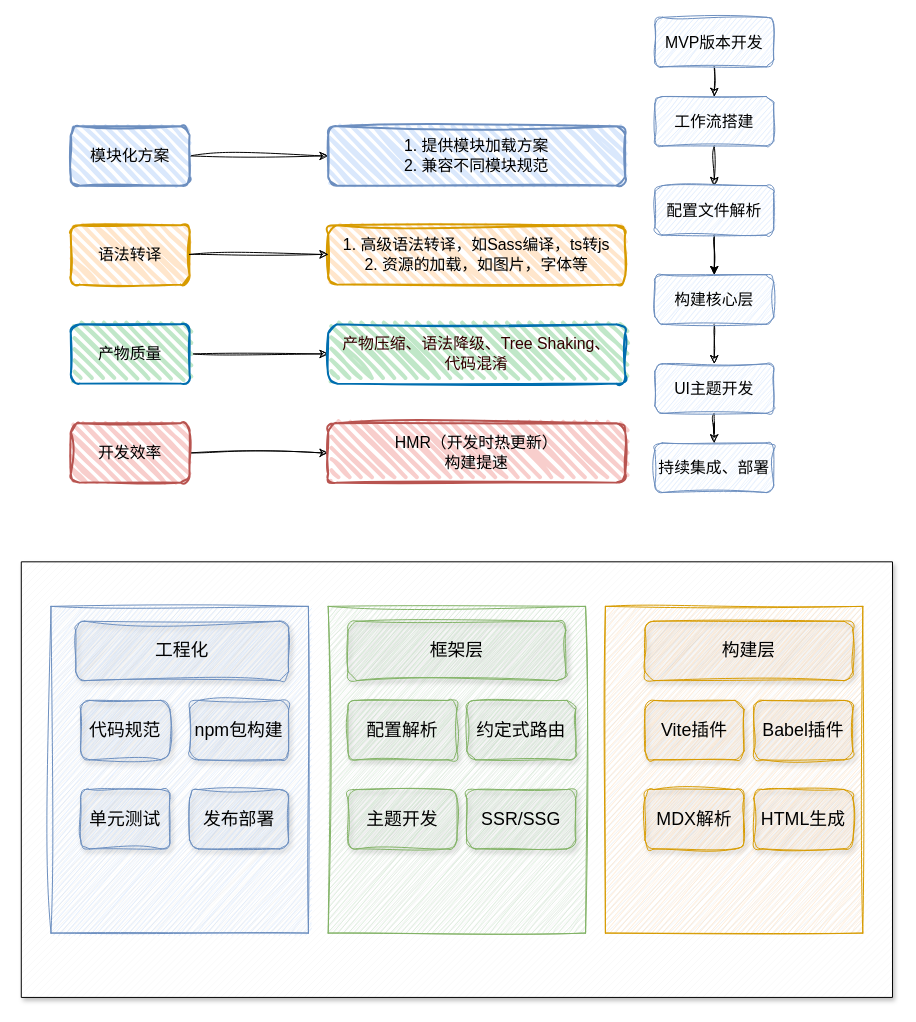
Earlier version of the draw.io diagram 毕业设计.drawio (boyfeiyu/docspack-chart). Source tidied: cells renumbered, new cells numbered last; positions are measured from the earlier drawing's top-left corner, leaving out a move shared by most shapes. Both pictures are drawn from the tidied source at 99%, with x=0, y=0 at pixel (21, 17).
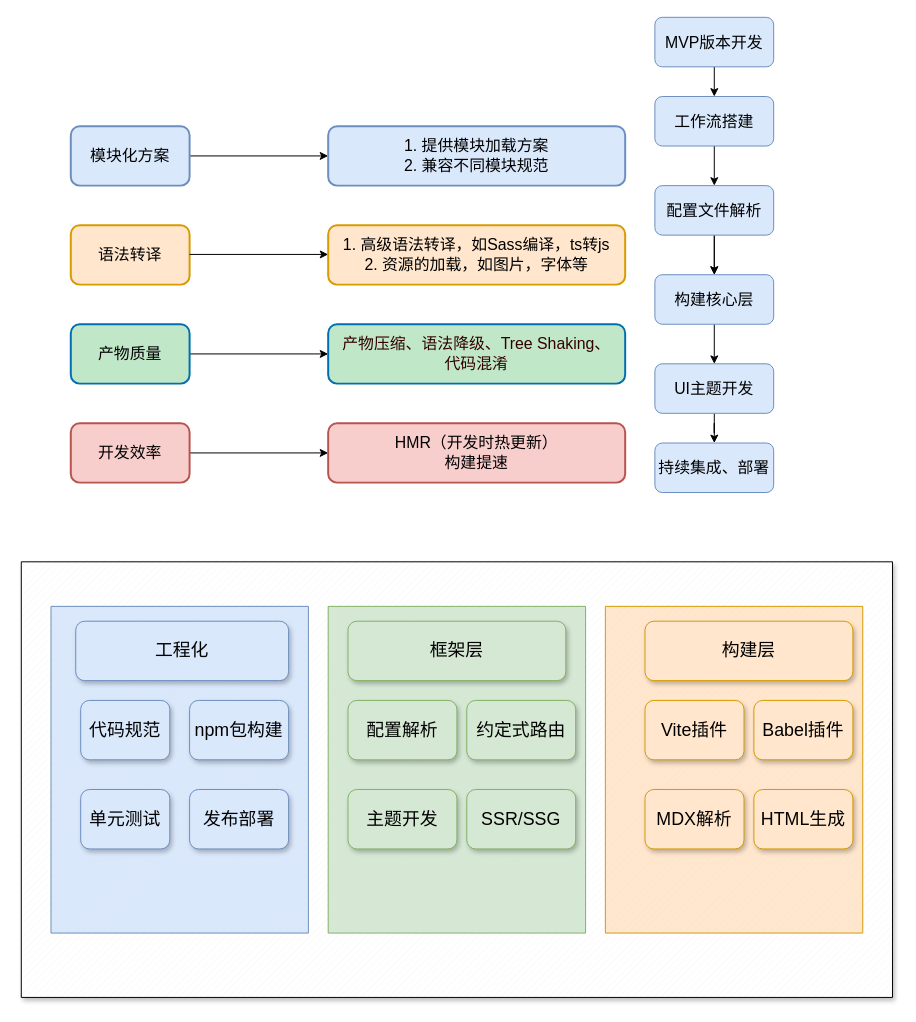
Above is the later version.

Commit message:
更新毕业设计.drawio

Diff of the diagram source:
```diff
@@
-    <mxCell id="2" style="edgeStyle=orthogonalEdgeStyle;rounded=0;jettySize=auto;html=1;exitX=1;exitY=0.5;exitDx=0;exitDy=0;entryX=0;entryY=0.5;entryDx=0;entryDy=0;sketch=1;curveFitting=1;jiggle=2;" parent="1" edge="1" source="3" target="4">
+    <mxCell id="2" style="edgeStyle=orthogonalEdgeStyle;rounded=0;jettySize=auto;html=1;exitX=1;exitY=0.5;exitDx=0;exitDy=0;entryX=0;entryY=0.5;entryDx=0;entryDy=0;" parent="1" edge="1" source="3" target="4">
       <mxGeometry relative="1" as="geometry" />
     </mxCell>
-    <mxCell id="3" value="模块化方案" style="rounded=1;whiteSpace=wrap;html=1;strokeWidth=2;fillWeight=4;hachureGap=8;hachureAngle=45;fillColor=#dae8fc;strokeColor=#6c8ebf;sketch=1;curveFitting=1;jiggle=2;fontStyle=0;fontSize=16;" parent="1" vertex="1">
+    <mxCell id="3" value="模块化方案" style="rounded=1;whiteSpace=wrap;html=1;strokeWidth=2;fillWeight=4;hachureGap=8;hachureAngle=45;fillColor=#dae8fc;strokeColor=#6c8ebf;fontStyle=0;fontSize=16;" parent="1" vertex="1">
       <mxGeometry x="50" y="110" width="120" height="60" as="geometry" />
     </mxCell>
-    <mxCell id="4" value="1. 提供模块加载方案&lt;br style=&quot;font-size: 16px;&quot;&gt;2. 兼容不同模块规范" style="rounded=1;whiteSpace=wrap;html=1;strokeWidth=2;fillWeight=4;hachureGap=8;hachureAngle=45;fillColor=#dae8fc;strokeColor=#6c8ebf;sketch=1;curveFitting=1;jiggle=2;fontSize=16;" parent="1" vertex="1">
+    <mxCell id="4" value="1. 提供模块加载方案&lt;br style=&quot;font-size: 16px;&quot;&gt;2. 兼容不同模块规范" style="rounded=1;whiteSpace=wrap;html=1;strokeWidth=2;fillWeight=4;hachureGap=8;hachureAngle=45;fillColor=#dae8fc;strokeColor=#6c8ebf;fontSize=16;" parent="1" vertex="1">
       <mxGeometry x="310" y="110" width="300" height="60" as="geometry" />
     </mxCell>
-    <mxCell id="5" value="语法转译" style="rounded=1;whiteSpace=wrap;html=1;strokeWidth=2;fillWeight=4;hachureGap=8;hachureAngle=45;fillColor=#ffe6cc;strokeColor=#d79b00;shadow=0;sketch=1;curveFitting=1;jiggle=2;fontSize=16;" parent="1" vertex="1">
+    <mxCell id="5" value="语法转译" style="rounded=1;whiteSpace=wrap;html=1;strokeWidth=2;fillWeight=4;hachureGap=8;hachureAngle=45;fillColor=#ffe6cc;strokeColor=#d79b00;shadow=0;fontSize=16;" parent="1" vertex="1">
       <mxGeometry x="50" y="210" width="120" height="60" as="geometry" />
     </mxCell>
-    <mxCell id="6" value="1. 高级语法转译，如Sass编译，ts转js&lt;br style=&quot;font-size: 16px;&quot;&gt;2. 资源的加载，如图片，字体等" style="rounded=1;whiteSpace=wrap;html=1;strokeWidth=2;fillWeight=4;hachureGap=8;hachureAngle=45;fillColor=#ffe6cc;strokeColor=#d79b00;fontSize=16;shadow=0;glass=0;sketch=1;curveFitting=1;jiggle=2;" parent="1" vertex="1">
+    <mxCell id="6" value="1. 高级语法转译，如Sass编译，ts转js&lt;br style=&quot;font-size: 16px;&quot;&gt;2. 资源的加载，如图片，字体等" style="rounded=1;whiteSpace=wrap;html=1;strokeWidth=2;fillWeight=4;hachureGap=8;hachureAngle=45;fillColor=#ffe6cc;strokeColor=#d79b00;fontSize=16;shadow=0;glass=0;" parent="1" vertex="1">
       <mxGeometry x="310" y="210" width="300" height="60" as="geometry" />
     </mxCell>
-    <mxCell id="7" style="edgeStyle=orthogonalEdgeStyle;rounded=0;jettySize=auto;html=1;exitX=1;exitY=0.5;exitDx=0;exitDy=0;entryX=0;entryY=0.5;entryDx=0;entryDy=0;fillColor=#e1d5e7;strokeColor=#000000;shadow=0;sketch=1;curveFitting=1;jiggle=2;" parent="1" edge="1" source="8" target="9">
+    <mxCell id="7" style="edgeStyle=orthogonalEdgeStyle;rounded=0;jettySize=auto;html=1;exitX=1;exitY=0.5;exitDx=0;exitDy=0;entryX=0;entryY=0.5;entryDx=0;entryDy=0;fillColor=#e1d5e7;strokeColor=#000000;shadow=0;" parent="1" edge="1" source="8" target="9">
       <mxGeometry relative="1" as="geometry" />
     </mxCell>
-    <mxCell id="8" value="开发效率" style="rounded=1;whiteSpace=wrap;html=1;strokeWidth=2;fillWeight=4;hachureGap=8;hachureAngle=45;fillColor=#f8cecc;strokeColor=#b85450;sketch=1;curveFitting=1;jiggle=2;fontSize=16;" parent="1" vertex="1">
+    <mxCell id="8" value="开发效率" style="rounded=1;whiteSpace=wrap;html=1;strokeWidth=2;fillWeight=4;hachureGap=8;hachureAngle=45;fillColor=#f8cecc;strokeColor=#b85450;fontSize=16;" parent="1" vertex="1">
       <mxGeometry x="50" y="410" width="120" height="60" as="geometry" />
     </mxCell>
-    <mxCell id="9" value="HMR（开发时热更新）&lt;br style=&quot;font-size: 16px;&quot;&gt;构建提速" style="rounded=1;whiteSpace=wrap;html=1;strokeWidth=2;fillWeight=4;hachureGap=8;hachureAngle=45;fillColor=#f8cecc;strokeColor=#b85450;sketch=1;curveFitting=1;jiggle=2;fontSize=16;" parent="1" vertex="1">
+    <mxCell id="9" value="HMR（开发时热更新）&lt;br style=&quot;font-size: 16px;&quot;&gt;构建提速" style="rounded=1;whiteSpace=wrap;html=1;strokeWidth=2;fillWeight=4;hachureGap=8;hachureAngle=45;fillColor=#f8cecc;strokeColor=#b85450;fontSize=16;" parent="1" vertex="1">
       <mxGeometry x="310" y="410" width="300" height="60" as="geometry" />
     </mxCell>
-    <mxCell id="10" style="edgeStyle=orthogonalEdgeStyle;rounded=0;jettySize=auto;html=1;exitX=1;exitY=0.5;exitDx=0;exitDy=0;entryX=0;entryY=0.5;entryDx=0;entryDy=0;sketch=1;curveFitting=1;jiggle=2;" parent="1" edge="1" source="11" target="12">
+    <mxCell id="10" style="edgeStyle=orthogonalEdgeStyle;rounded=0;jettySize=auto;html=1;exitX=1;exitY=0.5;exitDx=0;exitDy=0;entryX=0;entryY=0.5;entryDx=0;entryDy=0;" parent="1" edge="1" source="11" target="12">
       <mxGeometry relative="1" as="geometry" />
     </mxCell>
-    <mxCell id="11" value="产物质量" style="rounded=1;whiteSpace=wrap;html=1;strokeWidth=2;fillWeight=4;hachureGap=8;hachureAngle=45;fillColor=#c0e7c8;fontColor=#000000;strokeColor=#006EAF;sketch=1;fontSize=16;" parent="1" vertex="1">
+    <mxCell id="11" value="产物质量" style="rounded=1;whiteSpace=wrap;html=1;strokeWidth=2;fillWeight=4;hachureGap=8;hachureAngle=45;fillColor=#c0e7c8;fontColor=#000000;strokeColor=#006EAF;fontSize=16;" parent="1" vertex="1">
       <mxGeometry x="50" y="310" width="120" height="60" as="geometry" />
     </mxCell>
-    <mxCell id="12" value="产物压缩、语法降级、Tree Shaking、&lt;br style=&quot;font-size: 16px;&quot;&gt;代码混淆" style="rounded=1;whiteSpace=wrap;html=1;strokeWidth=2;fillWeight=4;hachureGap=8;hachureAngle=45;fillColor=#c0e7c8;fontColor=#330000;strokeColor=#006EAF;shadow=0;fontSize=16;glass=0;sketch=1;curveFitting=1;jiggle=2;" parent="1" vertex="1">
+    <mxCell id="12" value="产物压缩、语法降级、Tree Shaking、&lt;br style=&quot;font-size: 16px;&quot;&gt;代码混淆" style="rounded=1;whiteSpace=wrap;html=1;strokeWidth=2;fillWeight=4;hachureGap=8;hachureAngle=45;fillColor=#c0e7c8;fontColor=#330000;strokeColor=#006EAF;shadow=0;fontSize=16;glass=0;" parent="1" vertex="1">
       <mxGeometry x="310" y="310" width="300" height="60" as="geometry" />
     </mxCell>
-    <mxCell id="13" style="edgeStyle=orthogonalEdgeStyle;rounded=0;orthogonalLoop=1;jettySize=auto;html=1;exitX=1;exitY=0.5;exitDx=0;exitDy=0;entryX=0;entryY=0.5;entryDx=0;entryDy=0;sketch=1;curveFitting=1;jiggle=2;" parent="1" edge="1">
+    <mxCell id="13" style="edgeStyle=orthogonalEdgeStyle;rounded=0;orthogonalLoop=1;jettySize=auto;html=1;exitX=1;exitY=0.5;exitDx=0;exitDy=0;entryX=0;entryY=0.5;entryDx=0;entryDy=0;" parent="1" edge="1">
       <mxGeometry relative="1" as="geometry">
         <mxPoint x="170" y="239.5" as="sourcePoint" />
         <mxPoint x="310" y="239.5" as="targetPoint" />
       </mxGeometry>
     </mxCell>
-    <mxCell id="14" style="edgeStyle=orthogonalEdgeStyle;rounded=0;jettySize=auto;html=1;exitX=0.5;exitY=1;exitDx=0;exitDy=0;entryX=0.5;entryY=0;entryDx=0;entryDy=0;sketch=1;curveFitting=1;jiggle=2;" parent="1" edge="1" source="15" target="17">
+    <mxCell id="14" style="edgeStyle=orthogonalEdgeStyle;rounded=0;jettySize=auto;html=1;exitX=0.5;exitY=1;exitDx=0;exitDy=0;entryX=0.5;entryY=0;entryDx=0;entryDy=0;" parent="1" edge="1" source="15" target="17">
       <mxGeometry relative="1" as="geometry" />
     </mxCell>
-    <mxCell id="15" value="&lt;font style=&quot;font-size: 16px;&quot;&gt;MVP版本开发&lt;/font&gt;" style="rounded=1;whiteSpace=wrap;html=1;fillColor=#dae8fc;strokeColor=#6c8ebf;sketch=1;curveFitting=1;jiggle=2;" parent="1" vertex="1">
+    <mxCell id="15" value="&lt;font style=&quot;font-size: 16px;&quot;&gt;MVP版本开发&lt;/font&gt;" style="rounded=1;whiteSpace=wrap;html=1;fillColor=#dae8fc;strokeColor=#6c8ebf;" parent="1" vertex="1">
       <mxGeometry x="640" width="120" height="50" as="geometry" />
     </mxCell>
-    <mxCell id="16" style="edgeStyle=orthogonalEdgeStyle;rounded=0;jettySize=auto;html=1;sketch=1;curveFitting=1;jiggle=2;" parent="1" edge="1" source="17" target="20">
+    <mxCell id="16" style="edgeStyle=orthogonalEdgeStyle;rounded=0;jettySize=auto;html=1;" parent="1" edge="1" source="17" target="20">
       <mxGeometry relative="1" as="geometry" />
     </mxCell>
-    <mxCell id="17" value="&lt;font style=&quot;font-size: 16px;&quot;&gt;工作流搭建&lt;/font&gt;" style="rounded=1;whiteSpace=wrap;html=1;fillColor=#dae8fc;strokeColor=#6c8ebf;sketch=1;curveFitting=1;jiggle=2;" parent="1" vertex="1">
+    <mxCell id="17" value="&lt;font style=&quot;font-size: 16px;&quot;&gt;工作流搭建&lt;/font&gt;" style="rounded=1;whiteSpace=wrap;html=1;fillColor=#dae8fc;strokeColor=#6c8ebf;" parent="1" vertex="1">
       <mxGeometry x="640" y="80" width="120" height="50" as="geometry" />
     </mxCell>
@@
-    <mxCell id="19" style="edgeStyle=orthogonalEdgeStyle;rounded=0;jettySize=auto;html=1;sketch=1;curveFitting=1;jiggle=2;" parent="1" edge="1" source="20" target="22">
+    <mxCell id="19" style="edgeStyle=orthogonalEdgeStyle;rounded=0;jettySize=auto;html=1;" parent="1" edge="1" source="20" target="22">
       <mxGeometry relative="1" as="geometry" />
     </mxCell>
-    <mxCell id="20" value="&lt;span style=&quot;font-size: 16px;&quot;&gt;配置文件解析&lt;/span&gt;" style="rounded=1;whiteSpace=wrap;html=1;fillColor=#dae8fc;strokeColor=#6c8ebf;sketch=1;curveFitting=1;jiggle=2;" parent="1" vertex="1">
+    <mxCell id="20" value="&lt;span style=&quot;font-size: 16px;&quot;&gt;配置文件解析&lt;/span&gt;" style="rounded=1;whiteSpace=wrap;html=1;fillColor=#dae8fc;strokeColor=#6c8ebf;" parent="1" vertex="1">
       <mxGeometry x="640" y="170" width="120" height="50" as="geometry" />
     </mxCell>
-    <mxCell id="21" style="edgeStyle=orthogonalEdgeStyle;rounded=0;jettySize=auto;html=1;sketch=1;curveFitting=1;jiggle=2;" parent="1" edge="1" source="22" target="24">
+    <mxCell id="21" style="edgeStyle=orthogonalEdgeStyle;rounded=0;jettySize=auto;html=1;" parent="1" edge="1" source="22" target="24">
       <mxGeometry relative="1" as="geometry" />
     </mxCell>
-    <mxCell id="22" value="&lt;font style=&quot;font-size: 16px;&quot;&gt;构建核心层&lt;/font&gt;" style="rounded=1;whiteSpace=wrap;html=1;fillColor=#dae8fc;strokeColor=#6c8ebf;sketch=1;curveFitting=1;jiggle=2;" parent="1" vertex="1">
+    <mxCell id="22" value="&lt;font style=&quot;font-size: 16px;&quot;&gt;构建核心层&lt;/font&gt;" style="rounded=1;whiteSpace=wrap;html=1;fillColor=#dae8fc;strokeColor=#6c8ebf;" parent="1" vertex="1">
       <mxGeometry x="640" y="260" width="120" height="50" as="geometry" />
     </mxCell>
-    <mxCell id="23" style="edgeStyle=orthogonalEdgeStyle;rounded=0;jettySize=auto;html=1;sketch=1;curveFitting=1;jiggle=2;" parent="1" edge="1" source="24" target="25">
+    <mxCell id="23" style="edgeStyle=orthogonalEdgeStyle;rounded=0;jettySize=auto;html=1;" parent="1" edge="1" source="24" target="25">
       <mxGeometry relative="1" as="geometry" />
     </mxCell>
-    <mxCell id="24" value="&lt;font style=&quot;font-size: 16px;&quot;&gt;UI主题开发&lt;/font&gt;" style="rounded=1;whiteSpace=wrap;html=1;fillColor=#dae8fc;strokeColor=#6c8ebf;sketch=1;curveFitting=1;jiggle=2;" parent="1" vertex="1">
+    <mxCell id="24" value="&lt;font style=&quot;font-size: 16px;&quot;&gt;UI主题开发&lt;/font&gt;" style="rounded=1;whiteSpace=wrap;html=1;fillColor=#dae8fc;strokeColor=#6c8ebf;" parent="1" vertex="1">
       <mxGeometry x="640" y="350" width="120" height="50" as="geometry" />
     </mxCell>
-    <mxCell id="25" value="&lt;span style=&quot;font-size: 16px;&quot;&gt;持续集成、部署&lt;/span&gt;" style="rounded=1;whiteSpace=wrap;html=1;fillColor=#dae8fc;strokeColor=#6c8ebf;sketch=1;curveFitting=1;jiggle=2;" parent="1" vertex="1">
+    <mxCell id="25" value="&lt;span style=&quot;font-size: 16px;&quot;&gt;持续集成、部署&lt;/span&gt;" style="rounded=1;whiteSpace=wrap;html=1;fillColor=#dae8fc;strokeColor=#6c8ebf;" parent="1" vertex="1">
       <mxGeometry x="640" y="430" width="120" height="50" as="geometry" />
     </mxCell>
@@
-    <mxCell id="27" style="verticalLabelPosition=bottom;verticalAlign=top;html=1;shape=mxgraph.basic.patternFillRect;fillStyle=diag;step=5;fillStrokeWidth=0.2;fillStrokeColor=#dddddd;fillColor=#dae8fc;strokeColor=#6c8ebf;sketch=1;curveFitting=1;jiggle=2;" parent="1" vertex="1">
+    <mxCell id="27" style="verticalLabelPosition=bottom;verticalAlign=top;html=1;shape=mxgraph.basic.patternFillRect;fillStyle=diag;step=5;fillStrokeWidth=0.2;fillStrokeColor=#dddddd;fillColor=#dae8fc;strokeColor=#6c8ebf;" parent="1" vertex="1">
       <mxGeometry x="30" y="595" width="260" height="330" as="geometry" />
     </mxCell>
-    <mxCell id="28" style="verticalLabelPosition=bottom;verticalAlign=top;html=1;shape=mxgraph.basic.patternFillRect;fillStyle=diag;step=5;fillStrokeWidth=0.2;fillStrokeColor=#dddddd;fillColor=#ffe6cc;strokeColor=#d79b00;sketch=1;curveFitting=1;jiggle=2;" parent="1" vertex="1">
+    <mxCell id="28" style="verticalLabelPosition=bottom;verticalAlign=top;html=1;shape=mxgraph.basic.patternFillRect;fillStyle=diag;step=5;fillStrokeWidth=0.2;fillStrokeColor=#dddddd;fillColor=#ffe6cc;strokeColor=#d79b00;" parent="1" vertex="1">
       <mxGeometry x="590" y="595" width="260" height="330" as="geometry" />
     </mxCell>
-    <mxCell id="29" style="verticalLabelPosition=bottom;verticalAlign=top;html=1;shape=mxgraph.basic.patternFillRect;fillStyle=diag;step=5;fillStrokeWidth=0.2;fillStrokeColor=#dddddd;fillColor=#d5e8d4;strokeColor=#82b366;sketch=1;curveFitting=1;jiggle=2;" parent="1" vertex="1">
+    <mxCell id="29" style="verticalLabelPosition=bottom;verticalAlign=top;html=1;shape=mxgraph.basic.patternFillRect;fillStyle=diag;step=5;fillStrokeWidth=0.2;fillStrokeColor=#dddddd;fillColor=#d5e8d4;strokeColor=#82b366;" parent="1" vertex="1">
       <mxGeometry x="310" y="595" width="260" height="330" as="geometry" />
     </mxCell>
-    <mxCell id="30" value="&lt;font style=&quot;font-size: 18px;&quot;&gt;框架层&lt;/font&gt;" style="rounded=1;whiteSpace=wrap;html=1;fillColor=#d5e8d4;strokeColor=#82b366;sketch=1;curveFitting=1;jiggle=2;shadow=1;" parent="1" vertex="1">
+    <mxCell id="30" value="&lt;font style=&quot;font-size: 18px;&quot;&gt;框架层&lt;/font&gt;" style="rounded=1;whiteSpace=wrap;html=1;fillColor=#d5e8d4;strokeColor=#82b366;shadow=1;" parent="1" vertex="1">
       <mxGeometry x="330" y="610" width="220" height="60" as="geometry" />
     </mxCell>
-    <mxCell id="31" value="&lt;font face=&quot;Helvetica&quot; style=&quot;font-size: 18px;&quot;&gt;工程化&lt;/font&gt;" style="rounded=1;whiteSpace=wrap;html=1;glass=0;fillColor=#dae8fc;strokeColor=#6c8ebf;sketch=1;curveFitting=1;jiggle=2;shadow=1;" parent="1" vertex="1">
+    <mxCell id="31" value="&lt;font face=&quot;Helvetica&quot; style=&quot;font-size: 18px;&quot;&gt;工程化&lt;/font&gt;" style="rounded=1;whiteSpace=wrap;html=1;glass=0;fillColor=#dae8fc;strokeColor=#6c8ebf;shadow=1;" parent="1" vertex="1">
       <mxGeometry x="55" y="610" width="215" height="60" as="geometry" />
     </mxCell>
-    <mxCell id="32" value="&lt;font style=&quot;font-size: 18px;&quot;&gt;构建层&lt;/font&gt;" style="rounded=1;whiteSpace=wrap;html=1;fillColor=#ffe6cc;strokeColor=#d79b00;sketch=1;curveFitting=1;jiggle=2;shadow=1;" parent="1" vertex="1">
+    <mxCell id="32" value="&lt;font style=&quot;font-size: 18px;&quot;&gt;构建层&lt;/font&gt;" style="rounded=1;whiteSpace=wrap;html=1;fillColor=#ffe6cc;strokeColor=#d79b00;shadow=1;" parent="1" vertex="1">
       <mxGeometry x="630" y="610" width="210" height="60" as="geometry" />
     </mxCell>
-    <mxCell id="33" value="&lt;span style=&quot;font-size: 18px;&quot;&gt;代码规范&lt;/span&gt;" style="rounded=1;whiteSpace=wrap;html=1;glass=0;fillColor=#dae8fc;strokeColor=#6c8ebf;sketch=1;curveFitting=1;jiggle=2;shadow=1;" parent="1" vertex="1">
+    <mxCell id="33" value="&lt;span style=&quot;font-size: 18px;&quot;&gt;代码规范&lt;/span&gt;" style="rounded=1;whiteSpace=wrap;html=1;glass=0;fillColor=#dae8fc;strokeColor=#6c8ebf;shadow=1;" parent="1" vertex="1">
       <mxGeometry x="60" y="690" width="90" height="60" as="geometry" />
     </mxCell>
-    <mxCell id="34" value="&lt;font face=&quot;Helvetica&quot; style=&quot;font-size: 18px;&quot;&gt;npm包构建&lt;/font&gt;" style="rounded=1;whiteSpace=wrap;html=1;glass=0;fillColor=#dae8fc;strokeColor=#6c8ebf;sketch=1;curveFitting=1;jiggle=2;shadow=1;" parent="1" vertex="1">
+    <mxCell id="34" value="&lt;font face=&quot;Helvetica&quot; style=&quot;font-size: 18px;&quot;&gt;npm包构建&lt;/font&gt;" style="rounded=1;whiteSpace=wrap;html=1;glass=0;fillColor=#dae8fc;strokeColor=#6c8ebf;shadow=1;" parent="1" vertex="1">
       <mxGeometry x="170" y="690" width="100" height="60" as="geometry" />
     </mxCell>
-    <mxCell id="35" value="&lt;font face=&quot;Helvetica&quot; style=&quot;font-size: 18px;&quot;&gt;单元测试&lt;/font&gt;" style="rounded=1;whiteSpace=wrap;html=1;glass=0;fillColor=#dae8fc;strokeColor=#6c8ebf;sketch=1;curveFitting=1;jiggle=2;shadow=1;" parent="1" vertex="1">
+    <mxCell id="35" value="&lt;font face=&quot;Helvetica&quot; style=&quot;font-size: 18px;&quot;&gt;单元测试&lt;/font&gt;" style="rounded=1;whiteSpace=wrap;html=1;glass=0;fillColor=#dae8fc;strokeColor=#6c8ebf;shadow=1;" parent="1" vertex="1">
       <mxGeometry x="60" y="780" width="90" height="60" as="geometry" />
     </mxCell>
-    <mxCell id="36" value="&lt;font face=&quot;Helvetica&quot; style=&quot;font-size: 18px;&quot;&gt;发布部署&lt;/font&gt;" style="rounded=1;whiteSpace=wrap;html=1;glass=0;fillColor=#dae8fc;strokeColor=#6c8ebf;sketch=1;curveFitting=1;jiggle=2;shadow=1;" parent="1" vertex="1">
+    <mxCell id="36" value="&lt;font face=&quot;Helvetica&quot; style=&quot;font-size: 18px;&quot;&gt;发布部署&lt;/font&gt;" style="rounded=1;whiteSpace=wrap;html=1;glass=0;fillColor=#dae8fc;strokeColor=#6c8ebf;shadow=1;" parent="1" vertex="1">
       <mxGeometry x="170" y="780" width="100" height="60" as="geometry" />
     </mxCell>
-    <mxCell id="37" value="&lt;font style=&quot;font-size: 18px;&quot;&gt;配置解析&lt;/font&gt;" style="rounded=1;whiteSpace=wrap;html=1;fillColor=#d5e8d4;strokeColor=#82b366;sketch=1;curveFitting=1;jiggle=2;shadow=1;" parent="1" vertex="1">
+    <mxCell id="37" value="&lt;font style=&quot;font-size: 18px;&quot;&gt;配置解析&lt;/font&gt;" style="rounded=1;whiteSpace=wrap;html=1;fillColor=#d5e8d4;strokeColor=#82b366;shadow=1;" parent="1" vertex="1">
       <mxGeometry x="330" y="690" width="110" height="60" as="geometry" />
     </mxCell>
-    <mxCell id="38" value="&lt;font style=&quot;font-size: 18px;&quot;&gt;约定式路由&lt;/font&gt;" style="rounded=1;whiteSpace=wrap;html=1;fillColor=#d5e8d4;strokeColor=#82b366;sketch=1;curveFitting=1;jiggle=2;shadow=1;" parent="1" vertex="1">
+    <mxCell id="38" value="&lt;font style=&quot;font-size: 18px;&quot;&gt;约定式路由&lt;/font&gt;" style="rounded=1;whiteSpace=wrap;html=1;fillColor=#d5e8d4;strokeColor=#82b366;shadow=1;" parent="1" vertex="1">
       <mxGeometry x="450" y="690" width="110" height="60" as="geometry" />
     </mxCell>
-    <mxCell id="39" value="&lt;font style=&quot;font-size: 18px;&quot;&gt;主题开发&lt;/font&gt;" style="rounded=1;whiteSpace=wrap;html=1;fillColor=#d5e8d4;strokeColor=#82b366;sketch=1;curveFitting=1;jiggle=2;shadow=1;" parent="1" vertex="1">
+    <mxCell id="39" value="&lt;font style=&quot;font-size: 18px;&quot;&gt;主题开发&lt;/font&gt;" style="rounded=1;whiteSpace=wrap;html=1;fillColor=#d5e8d4;strokeColor=#82b366;shadow=1;" parent="1" vertex="1">
       <mxGeometry x="330" y="780" width="110" height="60" as="geometry" />
     </mxCell>
-    <mxCell id="40" value="&lt;span style=&quot;font-size: 18px;&quot;&gt;SSR/SSG&lt;/span&gt;" style="rounded=1;whiteSpace=wrap;html=1;fillColor=#d5e8d4;strokeColor=#82b366;sketch=1;curveFitting=1;jiggle=2;shadow=1;" parent="1" vertex="1">
+    <mxCell id="40" value="&lt;span style=&quot;font-size: 18px;&quot;&gt;SSR/SSG&lt;/span&gt;" style="rounded=1;whiteSpace=wrap;html=1;fillColor=#d5e8d4;strokeColor=#82b366;shadow=1;" parent="1" vertex="1">
       <mxGeometry x="450" y="780" width="110" height="60" as="geometry" />
     </mxCell>
-    <mxCell id="41" value="&lt;font style=&quot;font-size: 18px;&quot;&gt;Vite插件&lt;/font&gt;" style="rounded=1;whiteSpace=wrap;html=1;fillColor=#ffe6cc;strokeColor=#d79b00;sketch=1;curveFitting=1;jiggle=2;shadow=1;" parent="1" vertex="1">
+    <mxCell id="41" value="&lt;font style=&quot;font-size: 18px;&quot;&gt;Vite插件&lt;/font&gt;" style="rounded=1;whiteSpace=wrap;html=1;fillColor=#ffe6cc;strokeColor=#d79b00;shadow=1;" parent="1" vertex="1">
       <mxGeometry x="630" y="690" width="100" height="60" as="geometry" />
     </mxCell>
-    <mxCell id="42" value="&lt;span style=&quot;font-size: 18px;&quot;&gt;Babel插件&lt;/span&gt;" style="rounded=1;whiteSpace=wrap;html=1;fillColor=#ffe6cc;strokeColor=#d79b00;sketch=1;curveFitting=1;jiggle=2;shadow=1;" parent="1" vertex="1">
+    <mxCell id="42" value="&lt;span style=&quot;font-size: 18px;&quot;&gt;Babel插件&lt;/span&gt;" style="rounded=1;whiteSpace=wrap;html=1;fillColor=#ffe6cc;strokeColor=#d79b00;shadow=1;" parent="1" vertex="1">
       <mxGeometry x="740" y="690" width="100" height="60" as="geometry" />
     </mxCell>
-    <mxCell id="43" value="&lt;font style=&quot;font-size: 18px;&quot;&gt;MDX解析&lt;/font&gt;" style="rounded=1;whiteSpace=wrap;html=1;fillColor=#ffe6cc;strokeColor=#d79b00;sketch=1;curveFitting=1;jiggle=2;shadow=1;" parent="1" vertex="1">
+    <mxCell id="43" value="&lt;font style=&quot;font-size: 18px;&quot;&gt;MDX解析&lt;/font&gt;" style="rounded=1;whiteSpace=wrap;html=1;fillColor=#ffe6cc;strokeColor=#d79b00;shadow=1;" parent="1" vertex="1">
       <mxGeometry x="630" y="780" width="100" height="60" as="geometry" />
     </mxCell>
-    <mxCell id="44" value="&lt;font style=&quot;font-size: 18px;&quot;&gt;HTML生成&lt;/font&gt;" style="rounded=1;whiteSpace=wrap;html=1;fillColor=#ffe6cc;strokeColor=#d79b00;sketch=1;curveFitting=1;jiggle=2;shadow=1;" parent="1" vertex="1">
+    <mxCell id="44" value="&lt;font style=&quot;font-size: 18px;&quot;&gt;HTML生成&lt;/font&gt;" style="rounded=1;whiteSpace=wrap;html=1;fillColor=#ffe6cc;strokeColor=#d79b00;shadow=1;" parent="1" vertex="1">
       <mxGeometry x="740" y="780" width="100" height="60" as="geometry" />
     </mxCell>
```
